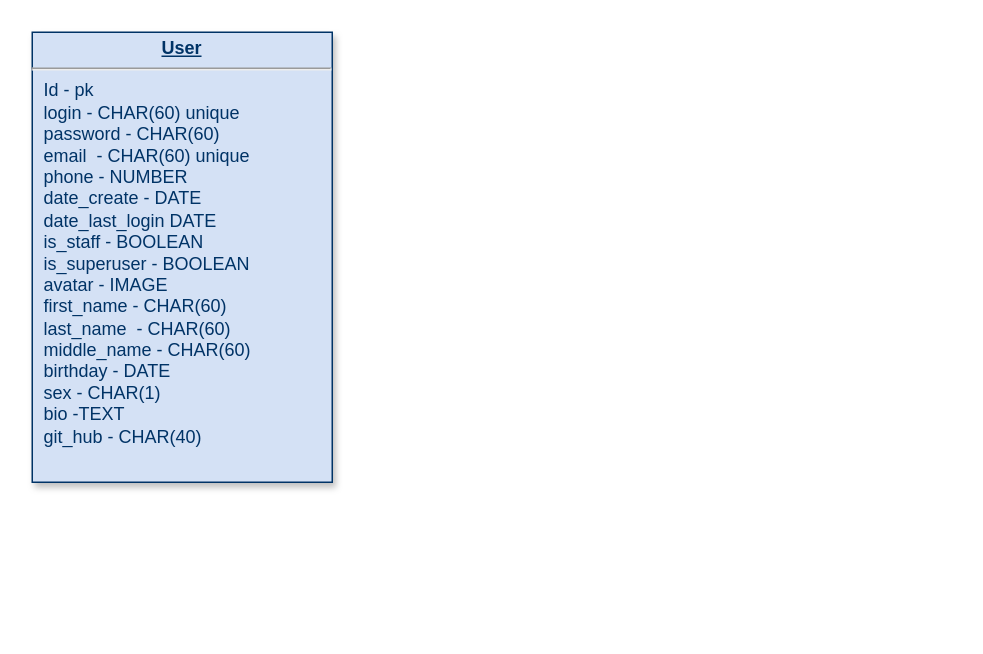
dimasikol/quiz_generate keeps this draw.io diagram as Диаграмма без названия.drawio. Above is the earlier version. Source tidied: cells renumbered, new cells numbered last; positions are measured from the earlier drawing's top-left corner, leaving out a move shared by most shapes. Both pictures are drawn from the tidied source at 150%, with x=0, y=0 at pixel (32, 32).
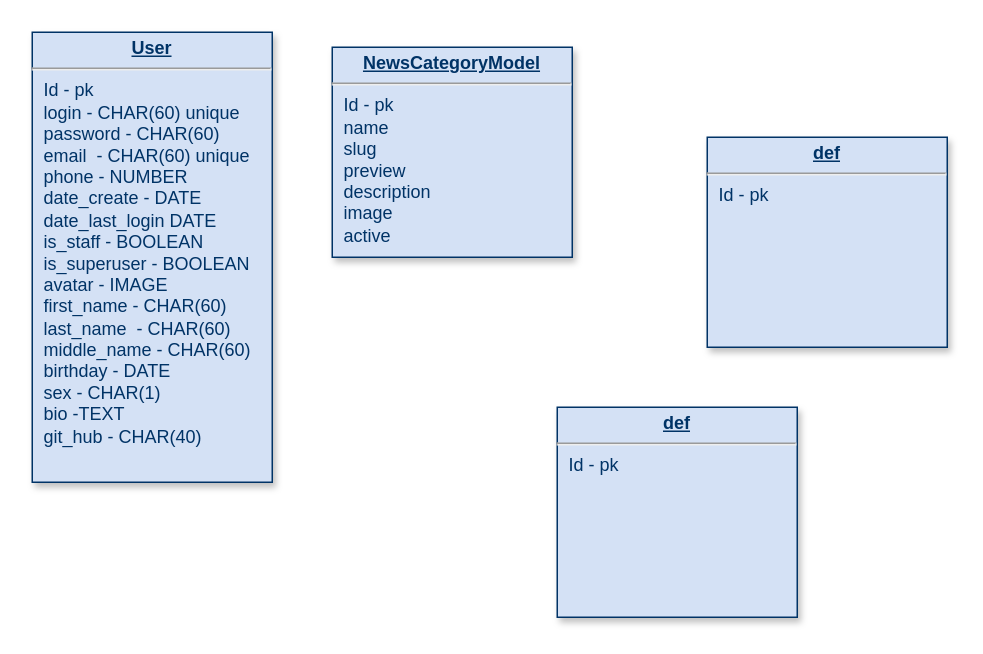
The same page after the edit.

What changed in the source:
```diff
@@
 <mxGraphModel>
   <root>
     <mxCell id="0" />
     <mxCell id="1" parent="0" />
-    <mxCell id="2" value="&lt;p style=&quot;margin: 0px; margin-top: 4px; text-align: center; text-decoration: underline;&quot;&gt;&lt;strong&gt;User&lt;/strong&gt;&lt;/p&gt;&lt;hr&gt;&lt;p style=&quot;margin: 0px; margin-left: 8px;&quot;&gt;Id - pk&lt;/p&gt;&lt;p style=&quot;margin: 0px; margin-left: 8px;&quot;&gt;login - CHAR(60) unique&lt;/p&gt;&lt;p style=&quot;margin: 0px; margin-left: 8px;&quot;&gt;password - CHAR(60)&lt;/p&gt;&lt;p style=&quot;margin: 0px; margin-left: 8px;&quot;&gt;email&amp;nbsp; - CHAR(60) unique&lt;/p&gt;&lt;p style=&quot;margin: 0px; margin-left: 8px;&quot;&gt;phone - NUMBER&lt;/p&gt;&lt;p style=&quot;margin: 0px; margin-left: 8px;&quot;&gt;date_create - DATE&lt;/p&gt;&lt;p style=&quot;margin: 0px; margin-left: 8px;&quot;&gt;date_last_login DATE&lt;/p&gt;&lt;p style=&quot;margin: 0px; margin-left: 8px;&quot;&gt;is_staff - BOOLEAN&lt;/p&gt;&lt;p style=&quot;margin: 0px; margin-left: 8px;&quot;&gt;is_superuser - BOOLEAN&lt;/p&gt;&lt;p style=&quot;margin: 0px; margin-left: 8px;&quot;&gt;avatar - IMAGE&lt;/p&gt;&lt;p style=&quot;margin: 0px; margin-left: 8px;&quot;&gt;first_name - CHAR(60)&lt;/p&gt;&lt;p style=&quot;margin: 0px; margin-left: 8px;&quot;&gt;last_name&amp;nbsp; - CHAR(60)&lt;/p&gt;&lt;p style=&quot;margin: 0px; margin-left: 8px;&quot;&gt;middle_name - CHAR(60)&lt;/p&gt;&lt;p style=&quot;margin: 0px; margin-left: 8px;&quot;&gt;birthday - DATE&lt;/p&gt;&lt;p style=&quot;margin: 0px; margin-left: 8px;&quot;&gt;sex - CHAR(1)&lt;/p&gt;&lt;p style=&quot;margin: 0px; margin-left: 8px;&quot;&gt;bio -TEXT&lt;/p&gt;&lt;p style=&quot;margin: 0px; margin-left: 8px;&quot;&gt;git_hub - CHAR(40)&lt;/p&gt;&lt;p style=&quot;margin: 0px; margin-left: 8px;&quot;&gt;&lt;br&gt;&lt;/p&gt;" style="verticalAlign=top;align=left;overflow=fill;fontSize=12;fontFamily=Helvetica;html=1;strokeColor=#003366;shadow=1;fillColor=#D4E1F5;fontColor=#003366;" parent="1" vertex="1">
-      <mxGeometry width="200" height="300" as="geometry" />
+    <mxCell id="2" value="&lt;p style=&quot;margin: 0px; margin-top: 4px; text-align: center; text-decoration: underline;&quot;&gt;&lt;strong&gt;User&lt;/strong&gt;&lt;/p&gt;&lt;hr&gt;&lt;p style=&quot;margin: 0px; margin-left: 8px;&quot;&gt;Id - pk&lt;/p&gt;&lt;p style=&quot;margin: 0px; margin-left: 8px;&quot;&gt;login - CHAR(60) unique&lt;/p&gt;&lt;p style=&quot;margin: 0px; margin-left: 8px;&quot;&gt;password - CHAR(60)&lt;/p&gt;&lt;p style=&quot;margin: 0px; margin-left: 8px;&quot;&gt;email&amp;nbsp; - CHAR(60) unique&lt;/p&gt;&lt;p style=&quot;margin: 0px; margin-left: 8px;&quot;&gt;phone - NUMBER&lt;/p&gt;&lt;p style=&quot;margin: 0px; margin-left: 8px;&quot;&gt;date_create - DATE&lt;/p&gt;&lt;p style=&quot;margin: 0px; margin-left: 8px;&quot;&gt;date_last_login DATE&lt;/p&gt;&lt;p style=&quot;margin: 0px; margin-left: 8px;&quot;&gt;is_staff - BOOLEAN&lt;/p&gt;&lt;p style=&quot;margin: 0px; margin-left: 8px;&quot;&gt;is_superuser - BOOLEAN&lt;/p&gt;&lt;p style=&quot;margin: 0px; margin-left: 8px;&quot;&gt;avatar - IMAGE&lt;/p&gt;&lt;p style=&quot;margin: 0px; margin-left: 8px;&quot;&gt;first_name - CHAR(60)&lt;/p&gt;&lt;p style=&quot;margin: 0px; margin-left: 8px;&quot;&gt;last_name&amp;nbsp; - CHAR(60)&lt;/p&gt;&lt;p style=&quot;margin: 0px; margin-left: 8px;&quot;&gt;middle_name - CHAR(60)&lt;/p&gt;&lt;p style=&quot;margin: 0px; margin-left: 8px;&quot;&gt;birthday - DATE&lt;/p&gt;&lt;p style=&quot;margin: 0px; margin-left: 8px;&quot;&gt;sex - CHAR(1)&lt;/p&gt;&lt;p style=&quot;margin: 0px; margin-left: 8px;&quot;&gt;bio -TEXT&lt;/p&gt;&lt;p style=&quot;margin: 0px; margin-left: 8px;&quot;&gt;git_hub - CHAR(40)&lt;/p&gt;&lt;p style=&quot;margin: 0px; margin-left: 8px;&quot;&gt;&lt;br&gt;&lt;/p&gt;" style="verticalAlign=top;align=left;overflow=fill;fontSize=12;fontFamily=Helvetica;html=1;strokeColor=#003366;shadow=1;fillColor=#D4E1F5;fontColor=#003366;direction=west;" parent="1" vertex="1">
+      <mxGeometry width="160" height="300" as="geometry" />
     </mxCell>
+    <mxCell id="3" value="&lt;p style=&quot;margin: 0px; margin-top: 4px; text-align: center; text-decoration: underline;&quot;&gt;&lt;strong&gt;NewsCategoryModel&lt;/strong&gt;&lt;/p&gt;&lt;hr&gt;&lt;p style=&quot;margin: 0px; margin-left: 8px;&quot;&gt;Id - pk&lt;/p&gt;&lt;p style=&quot;margin: 0px; margin-left: 8px;&quot;&gt;name&lt;/p&gt;&lt;p style=&quot;margin: 0px; margin-left: 8px;&quot;&gt;slug&lt;/p&gt;&lt;p style=&quot;margin: 0px; margin-left: 8px;&quot;&gt;preview&lt;/p&gt;&lt;p style=&quot;margin: 0px; margin-left: 8px;&quot;&gt;description&lt;/p&gt;&lt;p style=&quot;margin: 0px; margin-left: 8px;&quot;&gt;image&lt;/p&gt;&lt;p style=&quot;margin: 0px; margin-left: 8px;&quot;&gt;active&lt;/p&gt;" style="verticalAlign=top;align=left;overflow=fill;fontSize=12;fontFamily=Helvetica;html=1;strokeColor=#003366;shadow=1;fillColor=#D4E1F5;fontColor=#003366;direction=west;" parent="1" vertex="1">
+      <mxGeometry x="200" y="10" width="160" height="140" as="geometry" />
+    </mxCell>
+    <mxCell id="4" value="&lt;p style=&quot;margin: 0px; margin-top: 4px; text-align: center; text-decoration: underline;&quot;&gt;&lt;strong&gt;def&lt;/strong&gt;&lt;/p&gt;&lt;hr&gt;&lt;p style=&quot;margin: 0px; margin-left: 8px;&quot;&gt;Id - pk&lt;/p&gt;&lt;p style=&quot;margin: 0px; margin-left: 8px;&quot;&gt;&lt;br&gt;&lt;/p&gt;" style="verticalAlign=top;align=left;overflow=fill;fontSize=12;fontFamily=Helvetica;html=1;strokeColor=#003366;shadow=1;fillColor=#D4E1F5;fontColor=#003366;direction=west;" parent="1" vertex="1">
+      <mxGeometry x="450" y="70" width="160" height="140" as="geometry" />
+    </mxCell>
+    <mxCell id="5" value="&lt;p style=&quot;margin: 0px; margin-top: 4px; text-align: center; text-decoration: underline;&quot;&gt;&lt;strong&gt;def&lt;/strong&gt;&lt;/p&gt;&lt;hr&gt;&lt;p style=&quot;margin: 0px; margin-left: 8px;&quot;&gt;Id - pk&lt;/p&gt;&lt;p style=&quot;margin: 0px; margin-left: 8px;&quot;&gt;&lt;br&gt;&lt;/p&gt;" style="verticalAlign=top;align=left;overflow=fill;fontSize=12;fontFamily=Helvetica;html=1;strokeColor=#003366;shadow=1;fillColor=#D4E1F5;fontColor=#003366;direction=west;" parent="1" vertex="1">
+      <mxGeometry x="350" y="250" width="160" height="140" as="geometry" />
+    </mxCell>
   </root>
 </mxGraphModel>
```
